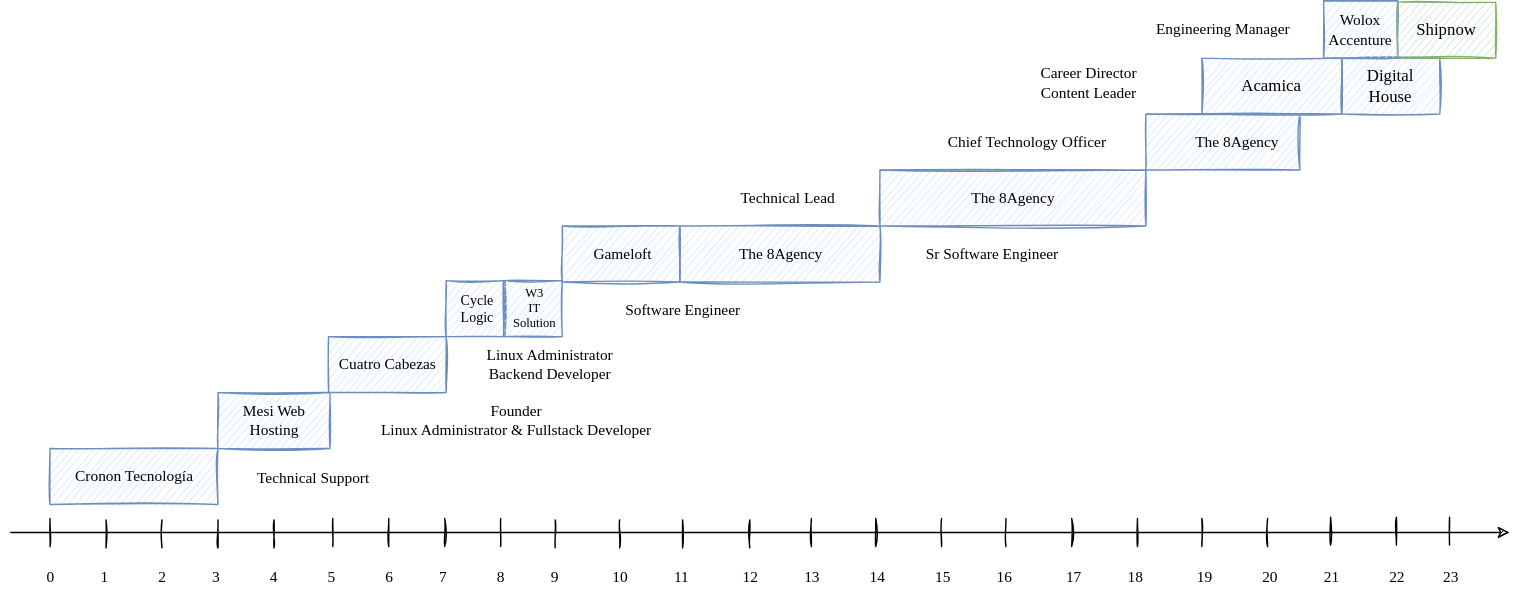
The draw.io diagram images/daniel_segovia_carrer.svg in frenchita/danielsegovia, before a commit. Source tidied: cells renumbered, new cells last; positions are measured from the earlier drawing's top-left corner, leaving out a move shared by most shapes.
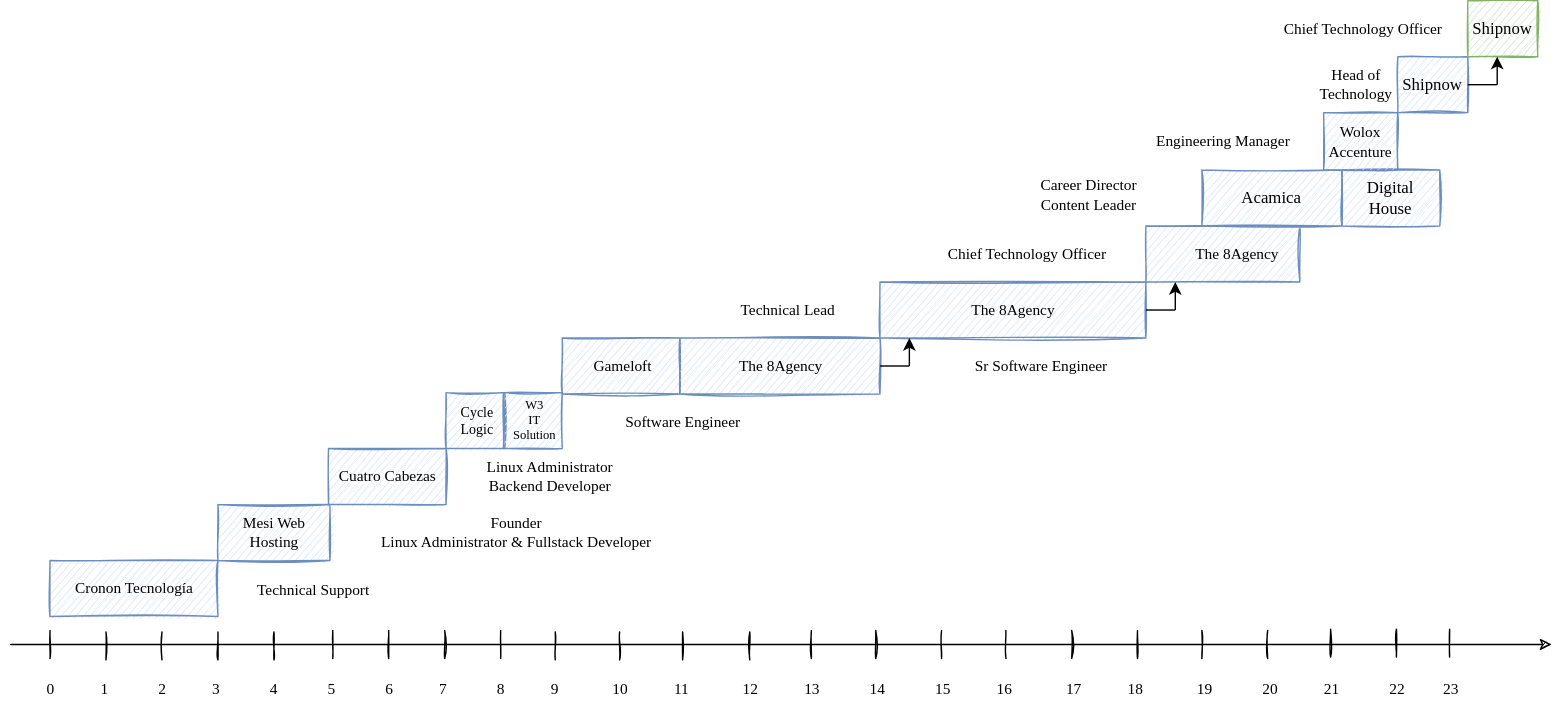
The same file after the commit.

Commit message:
cambio de graficos

Change to the diagram source:
```diff
@@ -5,7 +5,7 @@
     <mxCell id="2" style="endArrow=classic;html=1;rounded=0;sketch=1;" parent="1" edge="1">
       <mxGeometry relative="1" as="geometry">
         <mxPoint y="380" as="sourcePoint" />
-        <mxPoint x="1071" y="380" as="targetPoint" />
+        <mxPoint x="1101" y="380" as="targetPoint" />
       </mxGeometry>
     </mxCell>
     <mxCell id="3" value="0&amp;nbsp; &amp;nbsp; &amp;nbsp; &amp;nbsp; &amp;nbsp; &amp;nbsp; 1&amp;nbsp; &amp;nbsp; &amp;nbsp; &amp;nbsp; &amp;nbsp; &amp;nbsp; &amp;nbsp;2&amp;nbsp; &amp;nbsp; &amp;nbsp; &amp;nbsp; &amp;nbsp; &amp;nbsp; 3&amp;nbsp; &amp;nbsp; &amp;nbsp; &amp;nbsp; &amp;nbsp; &amp;nbsp; &amp;nbsp;4&amp;nbsp; &amp;nbsp; &amp;nbsp; &amp;nbsp; &amp;nbsp; &amp;nbsp; &amp;nbsp;5&amp;nbsp; &amp;nbsp; &amp;nbsp; &amp;nbsp; &amp;nbsp; &amp;nbsp; &amp;nbsp;6&amp;nbsp; &amp;nbsp; &amp;nbsp; &amp;nbsp; &amp;nbsp; &amp;nbsp; 7&amp;nbsp; &amp;nbsp; &amp;nbsp; &amp;nbsp; &amp;nbsp; &amp;nbsp; &amp;nbsp;8&amp;nbsp; &amp;nbsp; &amp;nbsp; &amp;nbsp; &amp;nbsp; &amp;nbsp; 9&amp;nbsp; &amp;nbsp; &amp;nbsp; &amp;nbsp; &amp;nbsp; &amp;nbsp; &amp;nbsp; 10&amp;nbsp; &amp;nbsp; &amp;nbsp; &amp;nbsp; &amp;nbsp; &amp;nbsp; 11&amp;nbsp; &amp;nbsp; &amp;nbsp; &amp;nbsp; &amp;nbsp; &amp;nbsp; &amp;nbsp; 12&amp;nbsp; &amp;nbsp; &amp;nbsp; &amp;nbsp; &amp;nbsp; &amp;nbsp; 13&amp;nbsp; &amp;nbsp; &amp;nbsp; &amp;nbsp; &amp;nbsp; &amp;nbsp; &amp;nbsp;14&amp;nbsp; &amp;nbsp; &amp;nbsp; &amp;nbsp; &amp;nbsp; &amp;nbsp; &amp;nbsp;15&amp;nbsp; &amp;nbsp; &amp;nbsp; &amp;nbsp; &amp;nbsp; &amp;nbsp; 16&amp;nbsp; &amp;nbsp; &amp;nbsp; &amp;nbsp; &amp;nbsp; &amp;nbsp; &amp;nbsp; 17&amp;nbsp; &amp;nbsp; &amp;nbsp; &amp;nbsp; &amp;nbsp; &amp;nbsp; 18&amp;nbsp; &amp;nbsp; &amp;nbsp; &amp;nbsp; &amp;nbsp; &amp;nbsp; &amp;nbsp; 19&amp;nbsp; &amp;nbsp; &amp;nbsp; &amp;nbsp; &amp;nbsp; &amp;nbsp; &amp;nbsp;20&amp;nbsp; &amp;nbsp; &amp;nbsp; &amp;nbsp; &amp;nbsp; &amp;nbsp; 21&amp;nbsp; &amp;nbsp; &amp;nbsp; &amp;nbsp; &amp;nbsp; &amp;nbsp; &amp;nbsp;22&amp;nbsp; &amp;nbsp; &amp;nbsp; &amp;nbsp; &amp;nbsp; 23" style="text;html=1;align=left;verticalAlign=middle;strokeColor=none;fillColor=none;fontFamily=Tahoma;spacing=2;fontSize=11;" parent="1" vertex="1">
@@ -204,7 +204,7 @@
       <mxGeometry x="420" y="211" width="120" height="20" as="geometry" />
     </mxCell>
     <mxCell id="45" value="Sr Software Engineer" style="text;html=1;align=center;verticalAlign=middle;strokeColor=none;fillColor=none;fontFamily=Comic Sans MS;spacing=2;fontSize=11;" parent="1" vertex="1">
-      <mxGeometry x="636" y="171" width="130" height="20" as="geometry" />
+      <mxGeometry x="671" y="171" width="130" height="20" as="geometry" />
     </mxCell>
     <mxCell id="46" style="rounded=0;whiteSpace=wrap;html=1;imageAspect=1;shadow=0;sketch=1;fillStyle=hachure;fillColor=#dae8fc;strokeColor=#6c8ebf;" parent="1" vertex="1">
       <mxGeometry x="621" y="121" width="190" height="40" as="geometry" />
@@ -239,8 +239,8 @@
     <mxCell id="56" value="&lt;div style=&quot;font-size: 11px;&quot;&gt;Wolox&lt;/div&gt;&lt;div style=&quot;font-size: 11px;&quot;&gt;Accenture&lt;/div&gt;" style="rounded=0;whiteSpace=wrap;html=1;imageAspect=1;shadow=0;sketch=1;fillStyle=hachure;fillColor=#dae8fc;strokeColor=#6c8ebf;fontSize=11;fontFamily=Comic Sans MS;" parent="1" vertex="1">
       <mxGeometry x="938" width="53" height="41" as="geometry" />
     </mxCell>
-    <mxCell id="57" value="Shipnow" style="rounded=0;whiteSpace=wrap;html=1;imageAspect=1;shadow=0;sketch=1;fillStyle=hachure;fillColor=#d5e8d4;strokeColor=#82b366;fontFamily=Comic Sans MS;" parent="1" vertex="1">
-      <mxGeometry x="991" y="1" width="70" height="40" as="geometry" />
+    <mxCell id="57" value="Shipnow" style="rounded=0;whiteSpace=wrap;html=1;imageAspect=1;shadow=0;sketch=1;fillStyle=hachure;fillColor=#dae8fc;strokeColor=#6c8ebf;fontFamily=Comic Sans MS;" parent="1" vertex="1">
+      <mxGeometry x="991" y="-40" width="50" height="40" as="geometry" />
     </mxCell>
     <mxCell id="58" style="endArrow=none;html=1;rounded=0;sketch=1;" parent="1" edge="1">
       <mxGeometry relative="1" as="geometry">
@@ -248,5 +248,50 @@
         <mxPoint x="1028" y="369" as="targetPoint" />
       </mxGeometry>
     </mxCell>
+    <mxCell id="59" value="Head of &lt;br&gt;Technology" style="text;html=1;align=center;verticalAlign=middle;strokeColor=none;fillColor=none;fontFamily=Comic Sans MS;spacing=2;fontSize=11;" parent="1" vertex="1">
+      <mxGeometry x="921" y="-40" width="80" height="40" as="geometry" />
+    </mxCell>
+    <mxCell id="60" value="Shipnow" style="rounded=0;whiteSpace=wrap;html=1;imageAspect=1;shadow=0;sketch=1;fillStyle=hachure;fillColor=#d5e8d4;strokeColor=#82b366;fontFamily=Comic Sans MS;" parent="1" vertex="1">
+      <mxGeometry x="1041" y="-80" width="50" height="40" as="geometry" />
+    </mxCell>
+    <mxCell id="61" value="Chief Technology Officer" style="text;html=1;align=center;verticalAlign=middle;strokeColor=none;fillColor=none;fontFamily=Comic Sans MS;spacing=2;fontSize=11;" parent="1" vertex="1">
+      <mxGeometry x="891" y="-70" width="150" height="20" as="geometry" />
+    </mxCell>
+    <mxCell id="62" style="endArrow=none;html=1;rounded=0;" parent="1" edge="1">
+      <mxGeometry relative="1" as="geometry">
+        <mxPoint x="621" y="181" as="sourcePoint" />
+        <mxPoint x="642" y="181" as="targetPoint" />
+      </mxGeometry>
+    </mxCell>
+    <mxCell id="63" style="endArrow=classic;html=1;rounded=0;" parent="1" edge="1">
+      <mxGeometry relative="1" as="geometry">
+        <mxPoint x="642" y="181" as="sourcePoint" />
+        <mxPoint x="642" y="161" as="targetPoint" />
+      </mxGeometry>
+    </mxCell>
+    <mxCell id="64" style="endArrow=none;html=1;rounded=0;" parent="1" edge="1">
+      <mxGeometry relative="1" as="geometry">
+        <mxPoint x="811" y="141" as="sourcePoint" />
+        <mxPoint x="832" y="141" as="targetPoint" />
+      </mxGeometry>
+    </mxCell>
+    <mxCell id="65" style="endArrow=classic;html=1;rounded=0;" parent="1" edge="1">
+      <mxGeometry relative="1" as="geometry">
+        <mxPoint x="832" y="141" as="sourcePoint" />
+        <mxPoint x="832" y="121" as="targetPoint" />
+      </mxGeometry>
+    </mxCell>
+    <mxCell id="66" style="endArrow=none;html=1;rounded=0;" parent="1" edge="1">
+      <mxGeometry relative="1" as="geometry">
+        <mxPoint x="1041" y="-20" as="sourcePoint" />
+        <mxPoint x="1062" y="-20" as="targetPoint" />
+      </mxGeometry>
+    </mxCell>
+    <mxCell id="67" style="endArrow=classic;html=1;rounded=0;" parent="1" edge="1">
+      <mxGeometry relative="1" as="geometry">
+        <mxPoint x="1062" y="-20" as="sourcePoint" />
+        <mxPoint x="1062" y="-40" as="targetPoint" />
+      </mxGeometry>
+    </mxCell>
   </root>
 </mxGraphModel>
```
